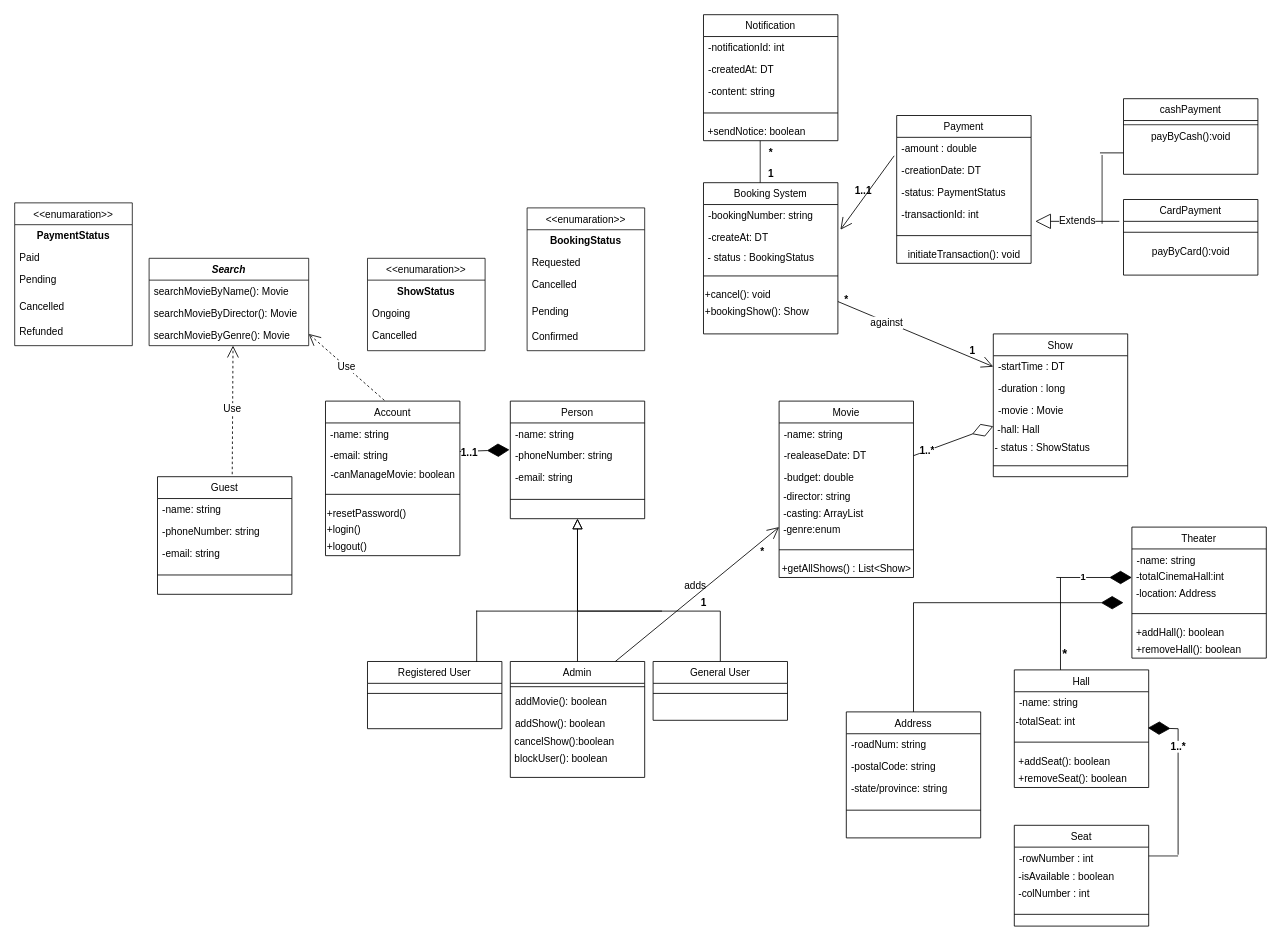
Earlier version of the draw.io diagram page "Movie Ticket Booking" (1 of 3) of Movie Ticket Booking.drawio (Moytri/Uml-Diagram). Source tidied: cells renumbered, new cells numbered last; positions are measured from the earlier drawing's top-left corner, leaving out a move shared by most shapes. Both pictures are drawn from the tidied source at 84%, with x=0, y=0 at pixel (14, 14).
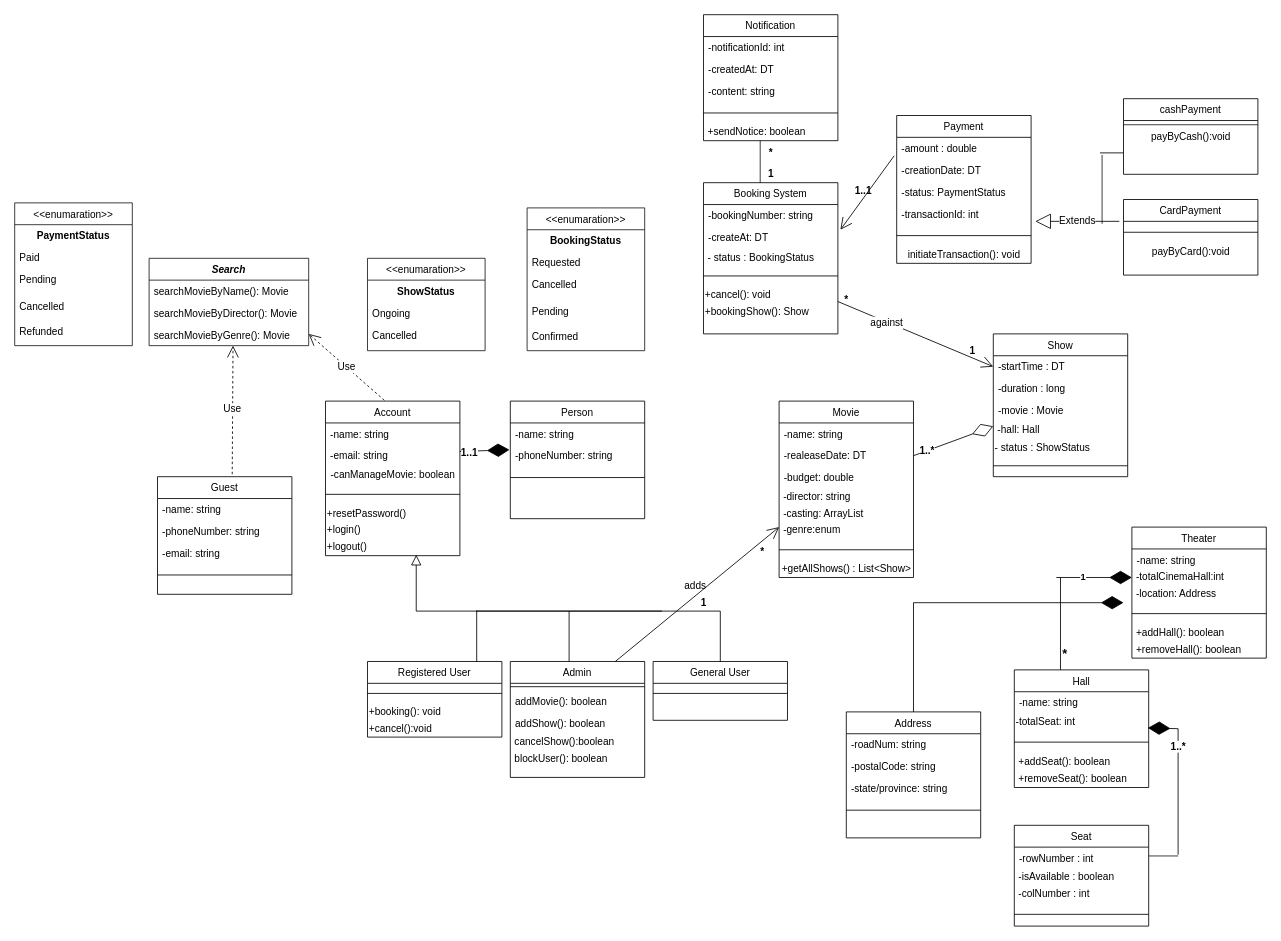
After the change.

The change refers to these unchanged cells:
```xml
<mxCell id="2" value="Person" style="swimlane;fontStyle=0;align=center;verticalAlign=top;horizontal=1;startSize=26;rounded=0;shadow=0;strokeWidth=1;" parent="1" vertex="1">
  <mxGeometry x="590" y="460" width="160" height="140" as="geometry" />
</mxCell>
<mxCell id="9" value="Admin" style="swimlane;fontStyle=0;align=center;verticalAlign=top;horizontal=1;startSize=26;rounded=0;shadow=0;strokeWidth=1;" parent="1" vertex="1">
  <mxGeometry x="590" y="770" width="160" height="138" as="geometry" />
</mxCell>
<mxCell id="16" value="General User" style="swimlane;fontStyle=0;align=center;verticalAlign=top;horizontal=1;startSize=26;rounded=0;shadow=0;strokeWidth=1;" parent="1" vertex="1">
  <mxGeometry x="760" y="770" width="160" height="70" as="geometry" />
</mxCell>
<mxCell id="85" value="+logout()" style="text;html=1;align=left;verticalAlign=middle;points=[];strokeColor=none;fillColor=none;fontSize=12;" parent="78" vertex="1">
  <mxGeometry y="164" width="160" height="20" as="geometry" />
</mxCell>
```

Diff of the diagram source:
```diff
@@
-    <mxCell id="7" value="-email: string" style="text;align=left;verticalAlign=top;spacingLeft=4;spacingRight=4;overflow=hidden;rounded=0;shadow=0;html=0;" parent="2" vertex="1">
-      <mxGeometry y="78" width="160" height="26" as="geometry" />
-    </mxCell>
     <mxCell id="8" style="line;html=1;strokeWidth=1;align=left;verticalAlign=middle;spacingTop=-1;spacingLeft=3;spacingRight=3;labelPosition=right;" parent="2" vertex="1">
-      <mxGeometry y="104" width="160" height="26" as="geometry" />
+      <mxGeometry y="78" width="160" height="26" as="geometry" />
     </mxCell>
@@
-    <mxCell id="15" style="endArrow=block;endSize=10;endFill=0;shadow=0;strokeWidth=1;rounded=0;edgeStyle=elbowEdgeStyle;elbow=vertical;" parent="1" edge="1" source="9" target="2">
-      <mxGeometry relative="1" as="geometry" />
-    </mxCell>
@@
-    <mxCell id="18" style="endArrow=block;endSize=10;endFill=0;shadow=0;strokeWidth=1;rounded=0;edgeStyle=elbowEdgeStyle;elbow=vertical;" parent="1" edge="1" source="16" target="2">
+    <mxCell id="18" style="endArrow=block;endSize=10;endFill=0;shadow=0;strokeWidth=1;rounded=0;edgeStyle=elbowEdgeStyle;elbow=vertical;entryX=0.675;entryY=0.95;entryDx=0;entryDy=0;entryPerimeter=0;" parent="1" edge="1" source="16" target="85">
       <mxGeometry relative="1" as="geometry">
         <Array as="points">
           <mxPoint x="670" y="710" />
           <mxPoint x="670" y="680" />
         </Array>
       </mxGeometry>
     </mxCell>
     <mxCell id="19" value="Registered User" style="swimlane;fontStyle=0;align=center;verticalAlign=top;horizontal=1;startSize=26;rounded=0;shadow=0;strokeWidth=1;" parent="1" vertex="1">
-      <mxGeometry x="420" y="770" width="160" height="80" as="geometry" />
+      <mxGeometry x="420" y="770" width="160" height="90" as="geometry" />
     </mxCell>
@@
+    <mxCell id="149" value="+booking(): void" style="text;html=1;align=left;verticalAlign=middle;strokeColor=none;fillColor=none;" parent="19" vertex="1">
+      <mxGeometry y="50" width="160" height="20" as="geometry" />
+    </mxCell>
+    <mxCell id="150" value="+cancel():void" style="text;html=1;align=left;verticalAlign=middle;strokeColor=none;fillColor=none;" parent="19" vertex="1">
+      <mxGeometry y="70" width="160" height="20" as="geometry" />
+    </mxCell>
@@
+    <mxCell id="151" style="line;strokeWidth=1;direction=south;html=1;" parent="1" vertex="1">
+      <mxGeometry x="655" y="710" width="10" height="60" as="geometry" />
+    </mxCell>
+    <mxCell id="152" value="&lt;span style=&quot;color: rgba(0 , 0 , 0 , 0) ; font-family: monospace ; font-size: 0px&quot;&gt;+&lt;/span&gt;" style="text;html=1;align=center;verticalAlign=middle;strokeColor=none;fillColor=none;" parent="1" vertex="1">
+      <mxGeometry x="480" y="810" width="20" height="20" as="geometry" />
+    </mxCell>
```
